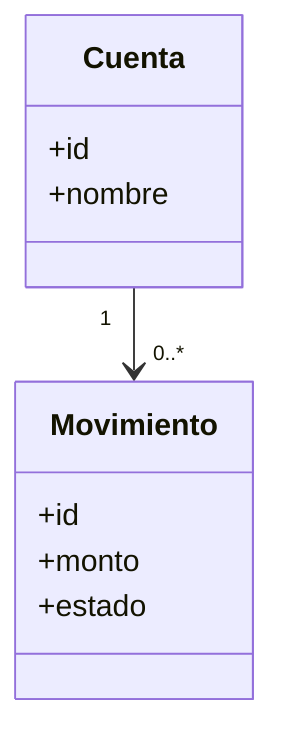
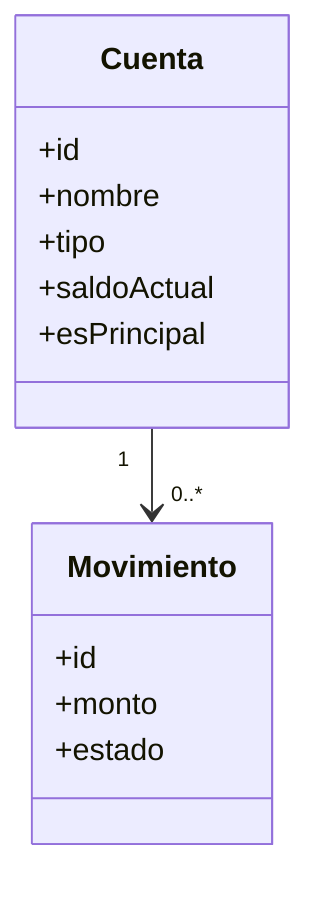
- classDiagram
+ ﻿classDiagram
    class Cuenta {
        +id
        +nombre
+         +tipo
+         +saldoActual
+         +esPrincipal
    }

    class Movimiento {
        +id
        +monto
        +estado
    }

    Cuenta "1" --> "0..*" Movimiento

